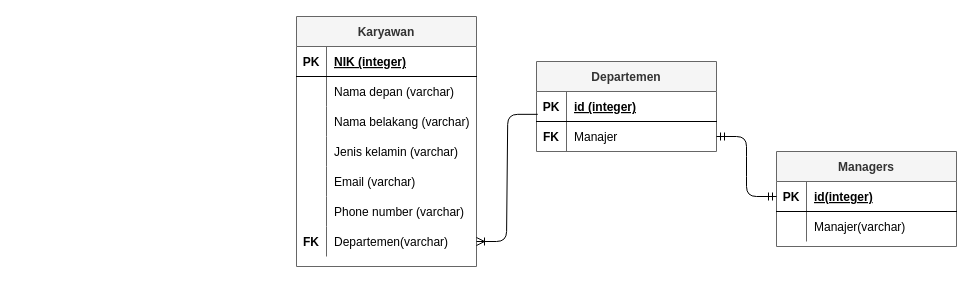
This is schema all relations case study.drawio from fathurk/belajar-js, a draw.io file, before an edit. Source tidied: cells renumbered, new cells numbered last; positions are measured from the earlier drawing's top-left corner, leaving out a move shared by most shapes. Both pictures are drawn from the tidied source at 100%, with x=0, y=0 at pixel (296, 16).
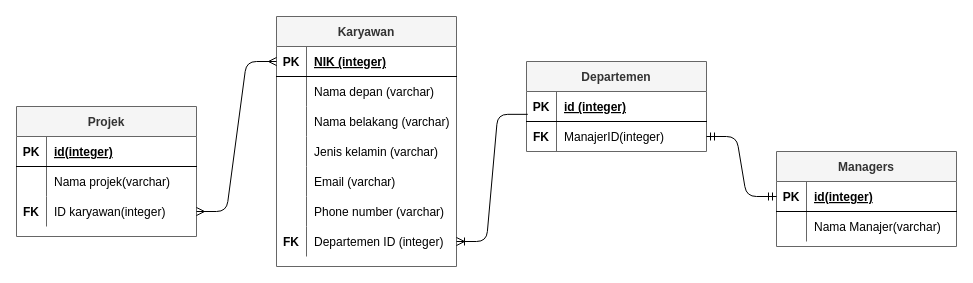
Above is the later version.

The change refers to these unchanged cells:
```xml
<mxCell id="3" style="shape=partialRectangle;fillColor=none;top=0;left=0;bottom=1;right=0;points=[[0,0.5],[1,0.5]];portConstraint=eastwest;" parent="2" vertex="1">
  <mxGeometry y="30" width="180" height="30" as="geometry" />
</mxCell>
<mxCell id="21" style="shape=partialRectangle;fillColor=none;top=0;left=0;bottom=0;right=0;points=[[0,0.5],[1,0.5]];portConstraint=eastwest;" parent="2" vertex="1">
  <mxGeometry y="210" width="180" height="30" as="geometry" />
</mxCell>
<mxCell id="28" style="shape=partialRectangle;fillColor=none;top=0;left=0;bottom=0;right=0;points=[[0,0.5],[1,0.5]];portConstraint=eastwest;" parent="24" vertex="1">
  <mxGeometry y="60" width="180" height="30" as="geometry" />
</mxCell>
<mxCell id="35" style="shape=partialRectangle;fillColor=none;top=0;left=0;bottom=0;right=0;" parent="31" vertex="1">
  <mxGeometry y="60" width="180" height="30" as="geometry" />
</mxCell>
```

Change to the diagram source:
```diff
@@
     <mxCell id="2" value="Karyawan" style="shape=table;startSize=30;childLayout=tableLayout;rowLines=0;fontStyle=1;align=center;fillColor=#f5f5f5;strokeColor=#666666;fontColor=#333333;" parent="1" vertex="1">
-      <mxGeometry width="180" height="250" as="geometry" />
+      <mxGeometry x="-20" width="180" height="250" as="geometry" />
     </mxCell>
@@
-    <mxCell id="23" value="Departemen(varchar)" style="shape=partialRectangle;fillColor=none;top=0;left=0;bottom=0;right=0;align=left;spacingLeft=6;overflow=hidden;" parent="21" vertex="1">
+    <mxCell id="23" value="Departemen ID (integer)" style="shape=partialRectangle;fillColor=none;top=0;left=0;bottom=0;right=0;align=left;spacingLeft=6;overflow=hidden;" parent="21" vertex="1">
       <mxGeometry x="30" width="150" height="30" as="geometry" />
     </mxCell>
     <mxCell id="24" value="Departemen" style="shape=table;startSize=30;childLayout=tableLayout;rowLines=0;fontStyle=1;align=center;fillColor=#f5f5f5;strokeColor=#666666;fontColor=#333333;" parent="1" vertex="1">
-      <mxGeometry x="240" y="45" width="180" height="90" as="geometry" />
+      <mxGeometry x="230" y="45" width="180" height="90" as="geometry" />
     </mxCell>
@@
-    <mxCell id="30" value="Manajer" style="shape=partialRectangle;fillColor=none;top=0;left=0;bottom=0;right=0;align=left;spacingLeft=6;overflow=hidden;" parent="28" vertex="1">
+    <mxCell id="30" value="ManajerID(integer)" style="shape=partialRectangle;fillColor=none;top=0;left=0;bottom=0;right=0;align=left;spacingLeft=6;overflow=hidden;" parent="28" vertex="1">
       <mxGeometry x="30" width="150" height="30" as="geometry" />
     </mxCell>
@@
-    <mxCell id="37" value="Manajer(varchar)" style="shape=partialRectangle;fillColor=none;top=0;left=0;bottom=0;right=0;align=left;spacingLeft=6;overflow=hidden;" parent="35" vertex="1">
+    <mxCell id="37" value="Nama Manajer(varchar)" style="shape=partialRectangle;fillColor=none;top=0;left=0;bottom=0;right=0;align=left;spacingLeft=6;overflow=hidden;" parent="35" vertex="1">
       <mxGeometry x="30" width="150" height="30" as="geometry" />
     </mxCell>
@@
+    <mxCell id="40" value="Projek" style="shape=table;startSize=30;childLayout=tableLayout;rowLines=0;fontStyle=1;align=center;fillColor=#f5f5f5;strokeColor=#666666;fontColor=#333333;" parent="1" vertex="1">
+      <mxGeometry x="-280" y="90" width="180" height="130" as="geometry" />
+    </mxCell>
+    <mxCell id="41" style="shape=partialRectangle;fillColor=none;top=0;left=0;bottom=1;right=0;" parent="40" vertex="1">
+      <mxGeometry y="30" width="180" height="30" as="geometry" />
+    </mxCell>
+    <mxCell id="42" value="PK" style="shape=partialRectangle;fillColor=none;top=0;left=0;bottom=0;right=0;fontStyle=1;overflow=hidden;" parent="41" vertex="1">
+      <mxGeometry width="30" height="30" as="geometry" />
+    </mxCell>
+    <mxCell id="43" value="id(integer)" style="shape=partialRectangle;fillColor=none;top=0;left=0;bottom=0;right=0;align=left;spacingLeft=6;fontStyle=5;overflow=hidden;" parent="41" vertex="1">
+      <mxGeometry x="30" width="150" height="30" as="geometry" />
+    </mxCell>
+    <mxCell id="44" style="shape=partialRectangle;fillColor=none;top=0;left=0;bottom=0;right=0;" parent="40" vertex="1">
+      <mxGeometry y="60" width="180" height="30" as="geometry" />
+    </mxCell>
+    <mxCell id="45" style="shape=partialRectangle;fillColor=none;top=0;left=0;bottom=0;right=0;overflow=hidden;" parent="44" vertex="1">
+      <mxGeometry width="30" height="30" as="geometry" />
+    </mxCell>
+    <mxCell id="46" value="Nama projek(varchar)" style="shape=partialRectangle;fillColor=none;top=0;left=0;bottom=0;right=0;align=left;spacingLeft=6;overflow=hidden;" parent="44" vertex="1">
+      <mxGeometry x="30" width="150" height="30" as="geometry" />
+    </mxCell>
+    <mxCell id="47" style="shape=partialRectangle;fillColor=none;top=0;left=0;bottom=0;right=0;points=[[0,0.5],[1,0.5]];portConstraint=eastwest;" parent="40" vertex="1">
+      <mxGeometry y="90" width="180" height="30" as="geometry" />
+    </mxCell>
+    <mxCell id="48" value="FK" style="shape=partialRectangle;fillColor=none;top=0;left=0;bottom=0;right=0;overflow=hidden;fontStyle=1;" parent="47" vertex="1">
+      <mxGeometry width="30" height="30" as="geometry" />
+    </mxCell>
+    <mxCell id="49" value="ID karyawan(integer)" style="shape=partialRectangle;fillColor=none;top=0;left=0;bottom=0;right=0;align=left;spacingLeft=6;overflow=hidden;" parent="47" vertex="1">
+      <mxGeometry x="30" width="150" height="30" as="geometry" />
+    </mxCell>
+    <mxCell id="50" style="edgeStyle=entityRelationEdgeStyle;fontSize=12;html=1;endArrow=ERmany;startArrow=ERmany;exitX=0;exitY=0.5;exitDx=0;exitDy=0;" parent="1" edge="1" source="3" target="47">
+      <mxGeometry relative="1" as="geometry" />
+    </mxCell>
```
